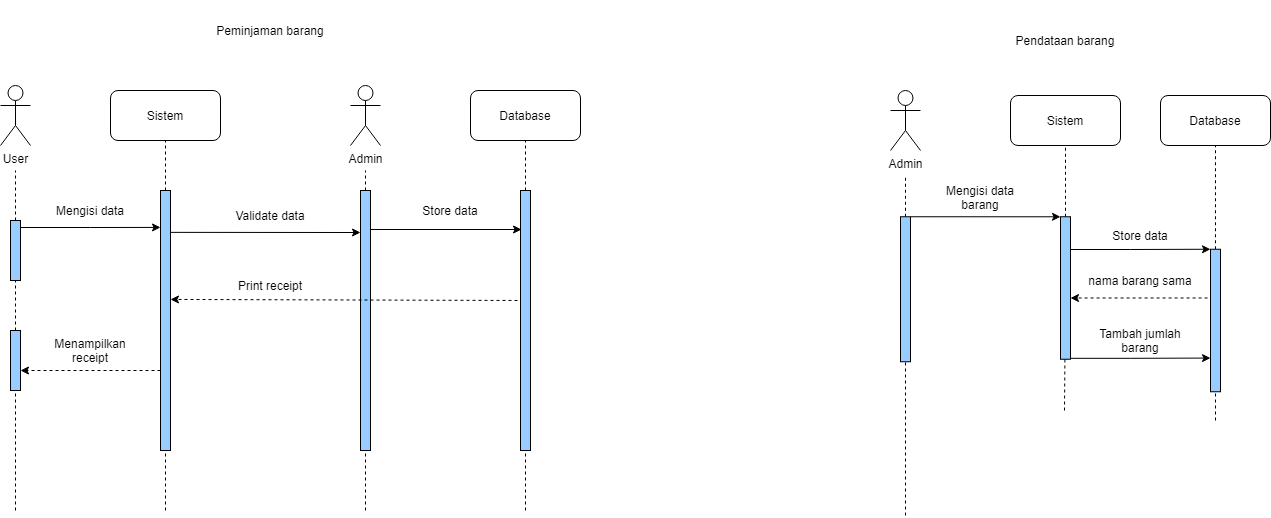
johannfac/aplikasipeminjamanaset keeps this draw.io diagram as diagrams/Sequence Diagram.drawio.png. Above is the earlier version. Source tidied: cells renumbered, new cells last; positions are measured from the earlier drawing's top-left corner, leaving out a move shared by most shapes.
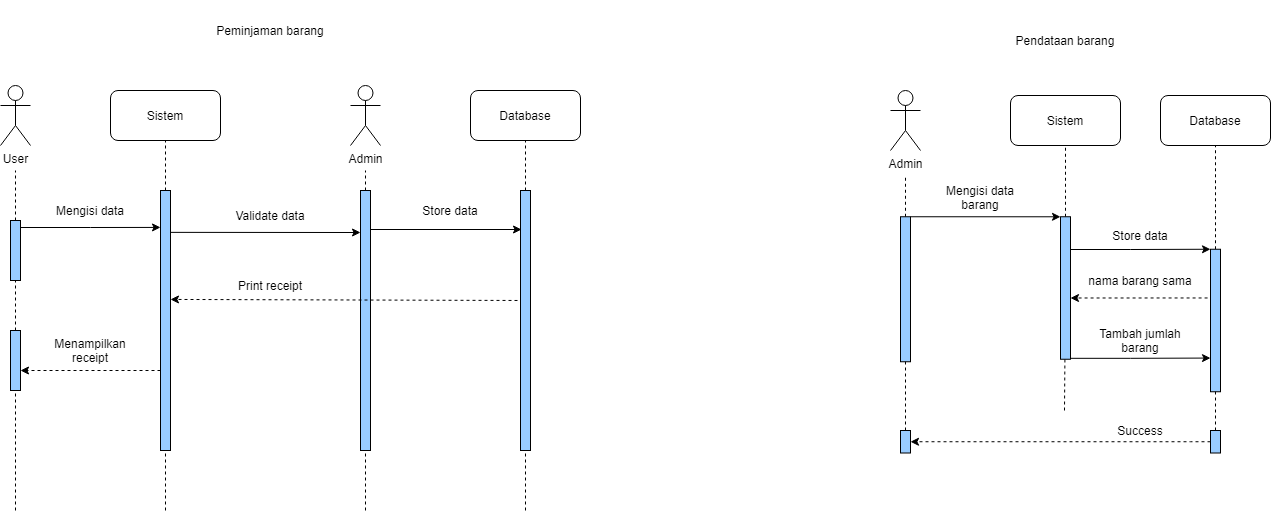
Above is the later version.

Change to the diagram source:
```diff
@@ -149,10 +149,8 @@
     <mxCell id="39" style="rounded=0;whiteSpace=wrap;html=1;fillColor=#99CCFF;" parent="1" vertex="1">
       <mxGeometry x="900" y="216.2" width="10" height="145" as="geometry" />
     </mxCell>
-    <mxCell id="40" style="endArrow=none;dashed=1;html=1;rounded=0;" parent="1" edge="1" target="39">
-      <mxGeometry relative="1" as="geometry">
-        <mxPoint x="905" y="515" as="sourcePoint" />
-      </mxGeometry>
+    <mxCell id="40" style="endArrow=none;dashed=1;html=1;rounded=0;exitX=0.5;exitY=0;exitDx=0;exitDy=0;" parent="1" edge="1" source="58" target="39">
+      <mxGeometry relative="1" as="geometry" />
     </mxCell>
     <mxCell id="41" style="rounded=0;whiteSpace=wrap;html=1;fillColor=#99CCFF;" parent="1" vertex="1">
       <mxGeometry x="1060" y="216.2" width="10" height="142.5" as="geometry" />
@@ -214,10 +212,25 @@
         <mxPoint x="1064" y="410" as="sourcePoint" />
       </mxGeometry>
     </mxCell>
-    <mxCell id="54" style="endArrow=none;dashed=1;html=1;rounded=0;" parent="1" edge="1" target="48">
-      <mxGeometry relative="1" as="geometry">
-        <mxPoint x="1215" y="420" as="sourcePoint" />
-      </mxGeometry>
+    <mxCell id="54" style="endArrow=none;dashed=1;html=1;rounded=0;exitX=0.5;exitY=0;exitDx=0;exitDy=0;" parent="1" edge="1" source="55" target="48">
+      <mxGeometry relative="1" as="geometry" />
     </mxCell>
+    <mxCell id="55" style="rounded=0;whiteSpace=wrap;html=1;fillColor=#99CCFF;" parent="1" vertex="1">
+      <mxGeometry x="1210" y="430" width="10" height="22.5" as="geometry" />
+    </mxCell>
+    <mxCell id="56" style="edgeStyle=orthogonalEdgeStyle;rounded=0;jettySize=auto;html=1;entryX=1;entryY=0.5;entryDx=0;entryDy=0;dashed=1;exitX=0;exitY=0.5;exitDx=0;exitDy=0;" parent="1" edge="1" source="55" target="58">
+      <mxGeometry relative="1" as="geometry">
+        <Array as="points">
+          <mxPoint x="1190" y="441" />
+          <mxPoint x="910" y="441" />
+        </Array>
+      </mxGeometry>
+    </mxCell>
+    <mxCell id="57" value="Success" style="text;html=1;strokeColor=none;fillColor=none;align=center;verticalAlign=middle;whiteSpace=wrap;rounded=0;" parent="1" vertex="1">
+      <mxGeometry x="1085" y="420" width="110" height="20" as="geometry" />
+    </mxCell>
+    <mxCell id="58" style="rounded=0;whiteSpace=wrap;html=1;fillColor=#99CCFF;" parent="1" vertex="1">
+      <mxGeometry x="900" y="430" width="10" height="22.5" as="geometry" />
+    </mxCell>
   </root>
 </mxGraphModel>
```
